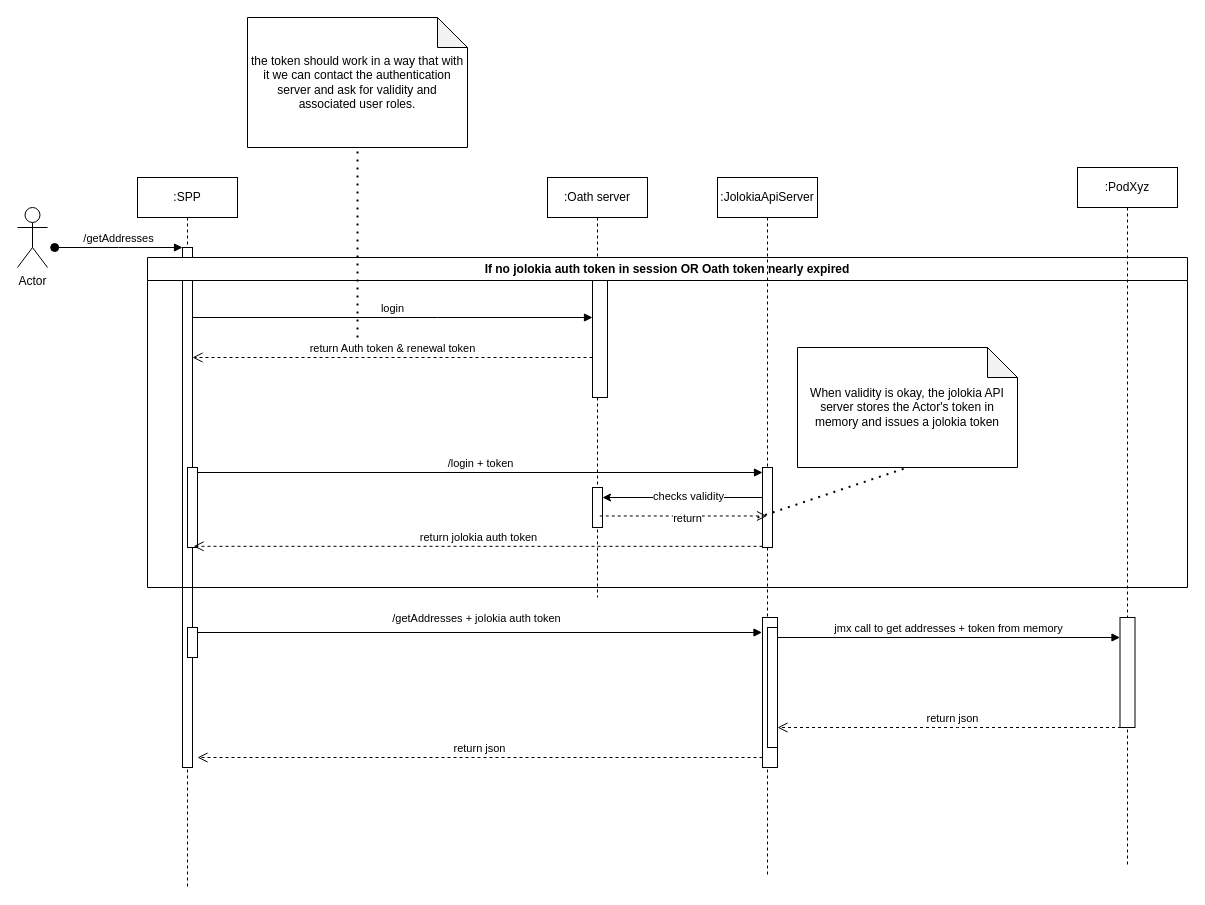
Before: jwt_sequence_diagram.drawio in lavocatt/draw.io.diagrams, a draw.io diagram. Source tidied: cells renumbered, new cells numbered last; positions are measured from the earlier drawing's top-left corner, leaving out a move shared by most shapes. Both pictures are drawn from the tidied source at 100%, with x=0, y=0 at pixel (17, 17).
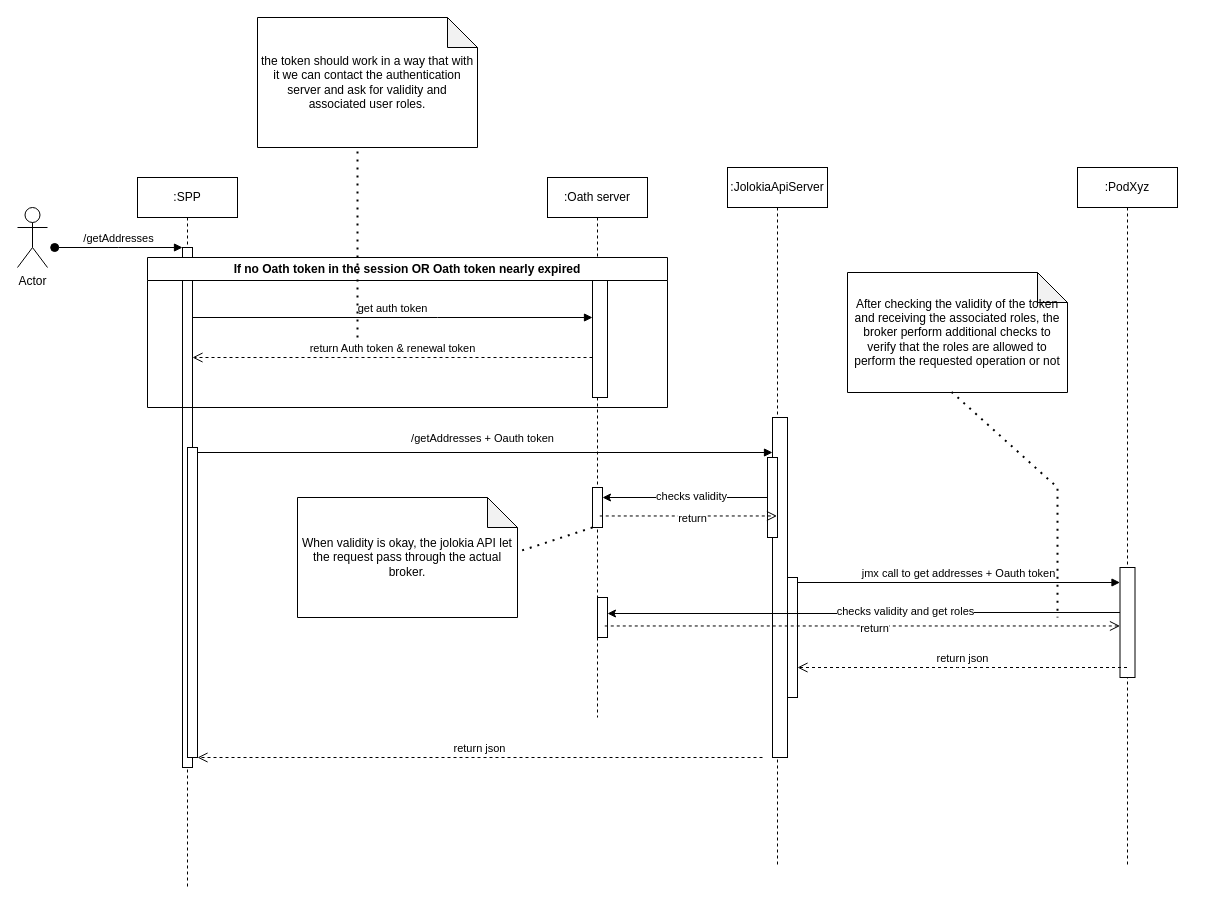
The same diagram, later.

Unchanged cells that the change refers to:
```xml
<mxCell id="2" value=":SPP" style="shape=umlLifeline;perimeter=lifelinePerimeter;whiteSpace=wrap;html=1;newEdgeStyle={&quot;edgeStyle&quot;:&quot;elbowEdgeStyle&quot;,&quot;elbow&quot;:&quot;vertical&quot;,&quot;curved&quot;:0,&quot;rounded&quot;:0};" parent="1" vertex="1">
  <mxGeometry x="120" y="160" width="100" height="710" as="geometry" />
</mxCell>
<mxCell id="3" style="html=1;points=[];perimeter=orthogonalPerimeter;outlineConnect=0;targetShapes=umlLifeline;portConstraint=eastwest;newEdgeStyle={&quot;edgeStyle&quot;:&quot;elbowEdgeStyle&quot;,&quot;elbow&quot;:&quot;vertical&quot;,&quot;curved&quot;:0,&quot;rounded&quot;:0};" parent="2" vertex="1">
  <mxGeometry x="45" y="70" width="10" height="520" as="geometry" />
</mxCell>
<mxCell id="9" style="html=1;points=[];perimeter=orthogonalPerimeter;outlineConnect=0;targetShapes=umlLifeline;portConstraint=eastwest;newEdgeStyle={&quot;edgeStyle&quot;:&quot;elbowEdgeStyle&quot;,&quot;elbow&quot;:&quot;vertical&quot;,&quot;curved&quot;:0,&quot;rounded&quot;:0};" parent="8" vertex="1">
  <mxGeometry x="45" y="80" width="15" height="140" as="geometry" />
</mxCell>
<mxCell id="10" style="html=1;points=[[0,0,0,0,5],[0,1,0,0,-5],[1,0,0,0,5],[1,1,0,0,-5]];perimeter=orthogonalPerimeter;outlineConnect=0;targetShapes=umlLifeline;portConstraint=eastwest;newEdgeStyle={&quot;curved&quot;:0,&quot;rounded&quot;:0};" parent="8" vertex="1">
  <mxGeometry x="45" y="310" width="10" height="40" as="geometry" />
</mxCell>
<mxCell id="18" value=":PodXyz" style="shape=umlLifeline;perimeter=lifelinePerimeter;whiteSpace=wrap;html=1;outlineConnect=0;portConstraint=eastwest;newEdgeStyle={&quot;edgeStyle&quot;:&quot;elbowEdgeStyle&quot;,&quot;elbow&quot;:&quot;vertical&quot;,&quot;curved&quot;:0,&quot;rounded&quot;:0};" parent="1" vertex="1">
  <mxGeometry x="1060" y="150" width="100" height="700" as="geometry" />
</mxCell>
```

Diff of the diagram source:
```diff
@@
     <mxCell id="5" style="html=1;points=[[0,0,0,0,5],[0,1,0,0,-5],[1,0,0,0,5],[1,1,0,0,-5]];perimeter=orthogonalPerimeter;outlineConnect=0;targetShapes=umlLifeline;portConstraint=eastwest;newEdgeStyle={&quot;curved&quot;:0,&quot;rounded&quot;:0};" parent="2" vertex="1">
-      <mxGeometry x="50" y="450" width="10" height="30" as="geometry" />
+      <mxGeometry x="50" y="270" width="10" height="310" as="geometry" />
     </mxCell>
-    <mxCell id="6" style="html=1;points=[[0,0,0,0,5],[0,1,0,0,-5],[1,0,0,0,5],[1,1,0,0,-5]];perimeter=orthogonalPerimeter;outlineConnect=0;targetShapes=umlLifeline;portConstraint=eastwest;newEdgeStyle={&quot;curved&quot;:0,&quot;rounded&quot;:0};" parent="2" vertex="1">
-      <mxGeometry x="50" y="290" width="10" height="80" as="geometry" />
-    </mxCell>
-    <mxCell id="7" value="/login + token" style="html=1;verticalAlign=bottom;endArrow=block;curved=0;rounded=0;entryX=0;entryY=0;entryDx=0;entryDy=5;entryPerimeter=0;" parent="2" edge="1" target="17">
-      <mxGeometry relative="1" as="geometry">
-        <mxPoint x="60" y="295" as="sourcePoint" />
-      </mxGeometry>
-    </mxCell>
     <mxCell id="8" value=":Oath server" style="shape=umlLifeline;perimeter=lifelinePerimeter;whiteSpace=wrap;html=1;newEdgeStyle={&quot;edgeStyle&quot;:&quot;elbowEdgeStyle&quot;,&quot;elbow&quot;:&quot;vertical&quot;,&quot;curved&quot;:0,&quot;rounded&quot;:0};" parent="1" vertex="1">
-      <mxGeometry x="530" y="160" width="100" height="420" as="geometry" />
+      <mxGeometry x="530" y="160" width="100" height="540" as="geometry" />
     </mxCell>
@@
-    <mxCell id="11" value="login" style="html=1;verticalAlign=bottom;endArrow=block;edgeStyle=elbowEdgeStyle;elbow=vertical;curved=0;rounded=0;" parent="1" edge="1" source="3" target="9">
+    <mxCell id="11" value="get auth token" style="html=1;verticalAlign=bottom;endArrow=block;edgeStyle=elbowEdgeStyle;elbow=vertical;curved=0;rounded=0;" parent="1" edge="1" source="3" target="9">
       <mxGeometry relative="1" as="geometry">
         <Array as="points">
           <mxPoint x="420" y="300" />
           <mxPoint x="420" y="290" />
           <mxPoint x="290" y="350" />
           <mxPoint x="360" y="270" />
           <mxPoint x="260" y="240" />
         </Array>
       </mxGeometry>
     </mxCell>
@@
-    <mxCell id="13" value="If no jolokia auth token in session OR Oath token nearly expired" style="swimlane;whiteSpace=wrap;html=1;" parent="1" vertex="1">
-      <mxGeometry x="130" y="240" width="1040" height="330" as="geometry" />
+    <mxCell id="13" value="If no Oath token in the session OR Oath token nearly expired" style="swimlane;whiteSpace=wrap;html=1;" parent="1" vertex="1">
+      <mxGeometry x="130" y="240" width="520" height="150" as="geometry" />
     </mxCell>
     <mxCell id="14" value=":JolokiaApiServer" style="shape=umlLifeline;perimeter=lifelinePerimeter;whiteSpace=wrap;html=1;outlineConnect=0;portConstraint=eastwest;newEdgeStyle={&quot;edgeStyle&quot;:&quot;elbowEdgeStyle&quot;,&quot;elbow&quot;:&quot;vertical&quot;,&quot;curved&quot;:0,&quot;rounded&quot;:0};" parent="1" vertex="1">
-      <mxGeometry x="700" y="160" width="100" height="700" as="geometry" />
+      <mxGeometry x="710" y="150" width="100" height="700" as="geometry" />
     </mxCell>
     <mxCell id="15" style="html=1;points=[];perimeter=orthogonalPerimeter;outlineConnect=0;targetShapes=umlLifeline;portConstraint=eastwest;newEdgeStyle={&quot;edgeStyle&quot;:&quot;elbowEdgeStyle&quot;,&quot;elbow&quot;:&quot;vertical&quot;,&quot;curved&quot;:0,&quot;rounded&quot;:0};" parent="14" vertex="1">
-      <mxGeometry x="45" y="440" width="15" height="150" as="geometry" />
+      <mxGeometry x="45" y="250" width="15" height="340" as="geometry" />
     </mxCell>
     <mxCell id="16" style="html=1;points=[[0,0,0,0,5],[0,1,0,0,-5],[1,0,0,0,5],[1,1,0,0,-5]];perimeter=orthogonalPerimeter;outlineConnect=0;targetShapes=umlLifeline;portConstraint=eastwest;newEdgeStyle={&quot;curved&quot;:0,&quot;rounded&quot;:0};" parent="14" vertex="1">
-      <mxGeometry x="50" y="450" width="10" height="120" as="geometry" />
+      <mxGeometry x="60" y="410" width="10" height="120" as="geometry" />
     </mxCell>
     <mxCell id="17" style="html=1;points=[[0,0,0,0,5],[0,1,0,0,-5],[1,0,0,0,5],[1,1,0,0,-5]];perimeter=orthogonalPerimeter;outlineConnect=0;targetShapes=umlLifeline;portConstraint=eastwest;newEdgeStyle={&quot;curved&quot;:0,&quot;rounded&quot;:0};" parent="14" vertex="1">
-      <mxGeometry x="45" y="290" width="10" height="80" as="geometry" />
+      <mxGeometry x="40" y="290" width="10" height="80" as="geometry" />
     </mxCell>
+    <mxCell id="33" style="html=1;points=[[0,0,0,0,5],[0,1,0,0,-5],[1,0,0,0,5],[1,1,0,0,-5]];perimeter=orthogonalPerimeter;outlineConnect=0;targetShapes=umlLifeline;portConstraint=eastwest;newEdgeStyle={&quot;curved&quot;:0,&quot;rounded&quot;:0};" parent="14" vertex="1">
+      <mxGeometry x="-130" y="430" width="10" height="40" as="geometry" />
+    </mxCell>
+    <mxCell id="34" style="edgeStyle=orthogonalEdgeStyle;rounded=0;jettySize=auto;html=1;curved=0;" parent="14" edge="1" target="33">
+      <mxGeometry relative="1" as="geometry">
+        <mxPoint x="397.5" y="445" as="sourcePoint" />
+        <Array as="points">
+          <mxPoint x="139" y="446" />
+        </Array>
+      </mxGeometry>
+    </mxCell>
+    <mxCell id="35" value="checks validity and get roles" style="edgeLabel;html=1;align=center;verticalAlign=middle;" parent="34" vertex="1">
+      <mxGeometry x="-0.19" y="-2" relative="1" as="geometry">
+        <mxPoint x="-10" as="offset" />
+      </mxGeometry>
+    </mxCell>
@@
     <mxCell id="19" style="html=1;points=[];perimeter=orthogonalPerimeter;outlineConnect=0;targetShapes=umlLifeline;portConstraint=eastwest;newEdgeStyle={&quot;edgeStyle&quot;:&quot;elbowEdgeStyle&quot;,&quot;elbow&quot;:&quot;vertical&quot;,&quot;curved&quot;:0,&quot;rounded&quot;:0};" parent="18" vertex="1">
-      <mxGeometry x="42.5" y="450" width="15" height="110" as="geometry" />
+      <mxGeometry x="42.5" y="400" width="15" height="110" as="geometry" />
     </mxCell>
-    <mxCell id="20" value="/getAddresses + jolokia auth token" style="html=1;verticalAlign=bottom;endArrow=block;curved=0;rounded=0;exitX=1;exitY=0;exitDx=0;exitDy=5;exitPerimeter=0;" parent="1" edge="1" source="5">
-      <mxGeometry x="-0.01" y="5" relative="1" as="geometry">
-        <mxPoint x="744.5" y="615" as="targetPoint" />
-      </mxGeometry>
+    <mxCell id="20" value="/getAddresses + Oauth token" style="html=1;verticalAlign=bottom;endArrow=block;curved=0;rounded=0;exitX=1;exitY=0;exitDx=0;exitDy=5;exitPerimeter=0;" parent="1" edge="1" source="5" target="15">
+      <mxGeometry x="-0.01" y="5" relative="1" as="geometry" />
     </mxCell>
@@
-    <mxCell id="22" value="return json" style="html=1;verticalAlign=bottom;endArrow=open;dashed=1;endSize=8;curved=0;rounded=0;" parent="1" edge="1" source="18">
+    <mxCell id="22" value="return json" style="html=1;verticalAlign=bottom;endArrow=open;dashed=1;endSize=8;curved=0;rounded=0;" parent="1" edge="1">
       <mxGeometry relative="1" as="geometry">
-        <mxPoint x="760" y="710" as="targetPoint" />
+        <mxPoint x="1109.5" y="650" as="sourcePoint" />
+        <mxPoint x="780" y="650" as="targetPoint" />
         <Array as="points">
-          <mxPoint x="940" y="710" />
+          <mxPoint x="940" y="650" />
         </Array>
       </mxGeometry>
     </mxCell>
-    <mxCell id="23" value="jmx call to get addresses + token from memory" style="html=1;verticalAlign=bottom;endArrow=block;curved=0;rounded=0;" parent="1" edge="1" target="19">
-      <mxGeometry relative="1" as="geometry">
-        <mxPoint x="760" y="620" as="sourcePoint" />
-      </mxGeometry>
+    <mxCell id="23" value="jmx call to get addresses + Oauth token" style="html=1;verticalAlign=bottom;endArrow=block;curved=0;rounded=0;exitX=1;exitY=0;exitDx=0;exitDy=5;exitPerimeter=0;" parent="1" edge="1" source="16" target="19">
+      <mxGeometry relative="1" as="geometry" />
     </mxCell>
@@
     <mxCell id="25" value="the token should work in a way that with it we can contact the authentication server and ask for validity and associated user roles." style="shape=note;whiteSpace=wrap;html=1;backgroundOutline=1;darkOpacity=0.05;" parent="1" vertex="1">
-      <mxGeometry x="230" width="220" height="130" as="geometry" />
+      <mxGeometry x="240" width="220" height="130" as="geometry" />
     </mxCell>
@@
-    <mxCell id="27" value="return jolokia auth token" style="html=1;verticalAlign=bottom;endArrow=open;dashed=1;endSize=8;curved=0;rounded=0;entryX=0.607;entryY=0.985;entryDx=0;entryDy=0;entryPerimeter=0;" parent="1" edge="1" source="17" target="6">
-      <mxGeometry relative="1" as="geometry" />
-    </mxCell>
@@
-    <mxCell id="31" value="When validity is okay, the jolokia API server stores the Actor's token in memory and issues a jolokia token" style="shape=note;whiteSpace=wrap;html=1;backgroundOutline=1;darkOpacity=0.05;" parent="1" vertex="1">
-      <mxGeometry x="780" y="330" width="220" height="120" as="geometry" />
+    <mxCell id="31" value="When validity is okay, the jolokia API let the request pass through the actual broker." style="shape=note;whiteSpace=wrap;html=1;backgroundOutline=1;darkOpacity=0.05;" parent="1" vertex="1">
+      <mxGeometry x="280" y="480" width="220" height="120" as="geometry" />
     </mxCell>
-    <mxCell id="32" style="endArrow=none;dashed=1;html=1;dashPattern=1 3;strokeWidth=2;rounded=0;entryX=0.5;entryY=1;entryDx=0;entryDy=0;entryPerimeter=0;" parent="1" edge="1" target="31">
-      <mxGeometry relative="1" as="geometry">
-        <mxPoint x="740" y="500" as="sourcePoint" />
-      </mxGeometry>
+    <mxCell id="32" style="endArrow=none;dashed=1;html=1;dashPattern=1 3;strokeWidth=2;rounded=0;entryX=1.006;entryY=0.45;entryDx=0;entryDy=0;entryPerimeter=0;" parent="1" edge="1" source="10" target="31">
+      <mxGeometry relative="1" as="geometry" />
     </mxCell>
+    <mxCell id="36" value="return" style="html=1;verticalAlign=bottom;endArrow=open;dashed=1;endSize=8;curved=0;rounded=0;exitX=0.728;exitY=0.712;exitDx=0;exitDy=0;exitPerimeter=0;" parent="1" edge="1" source="33" target="19">
+      <mxGeometry x="0.05" y="-12" relative="1" as="geometry" />
+    </mxCell>
+    <mxCell id="37" value="After checking the validity of the token and receiving the associated roles, the broker perform additional checks to verify that the roles are allowed to perform the requested operation or not" style="shape=note;whiteSpace=wrap;html=1;backgroundOutline=1;darkOpacity=0.05;" parent="1" vertex="1">
+      <mxGeometry x="830" y="255" width="220" height="120" as="geometry" />
+    </mxCell>
+    <mxCell id="38" style="endArrow=none;dashed=1;html=1;dashPattern=1 3;strokeWidth=2;rounded=0;exitX=0.473;exitY=0.995;exitDx=0;exitDy=0;exitPerimeter=0;" parent="1" edge="1" source="37">
+      <mxGeometry relative="1" as="geometry">
+        <mxPoint x="1040" y="600" as="targetPoint" />
+        <Array as="points">
+          <mxPoint x="1040" y="470" />
+        </Array>
+      </mxGeometry>
+    </mxCell>
```
